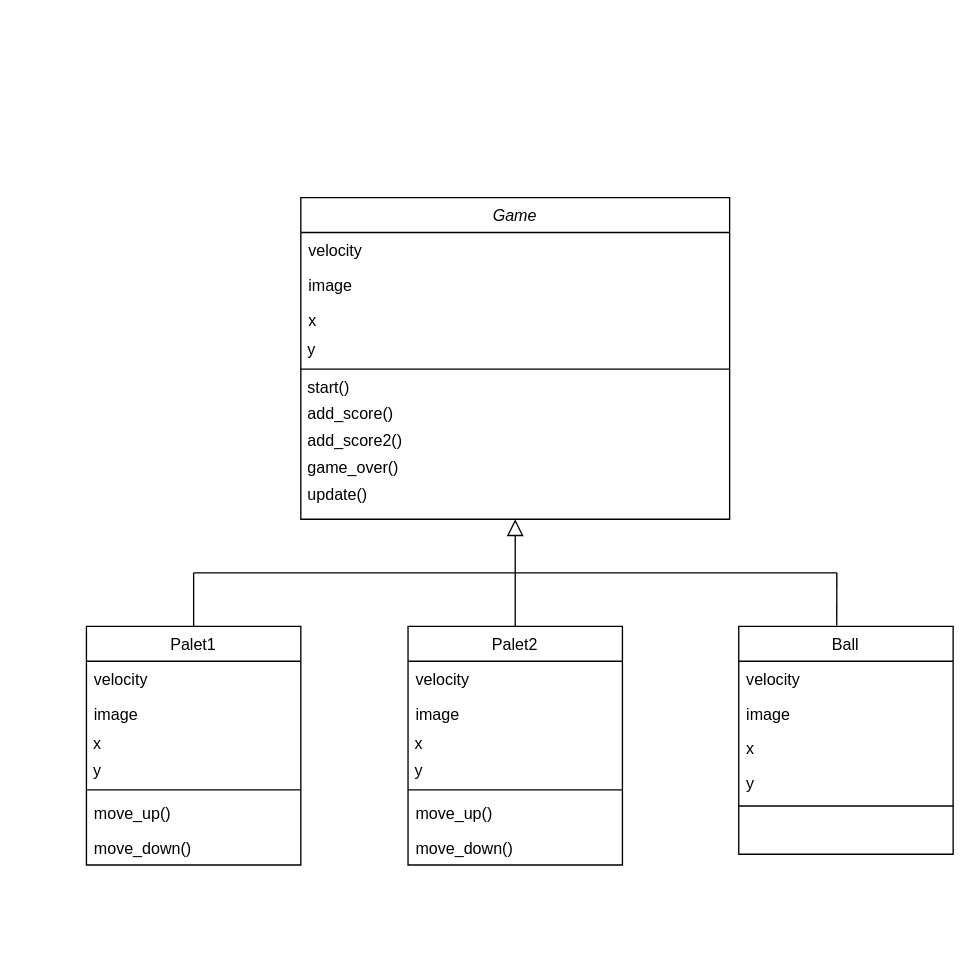
Earlier version of the draw.io diagram game /Untitled Diagram.drawio (Louna2301/oc20-). Source tidied: cells renumbered, new cells numbered last; positions are measured from the earlier drawing's top-left corner, leaving out a move shared by most shapes. Both pictures are drawn from the tidied source at 134%, with x=0, y=0 at pixel (86, 197).
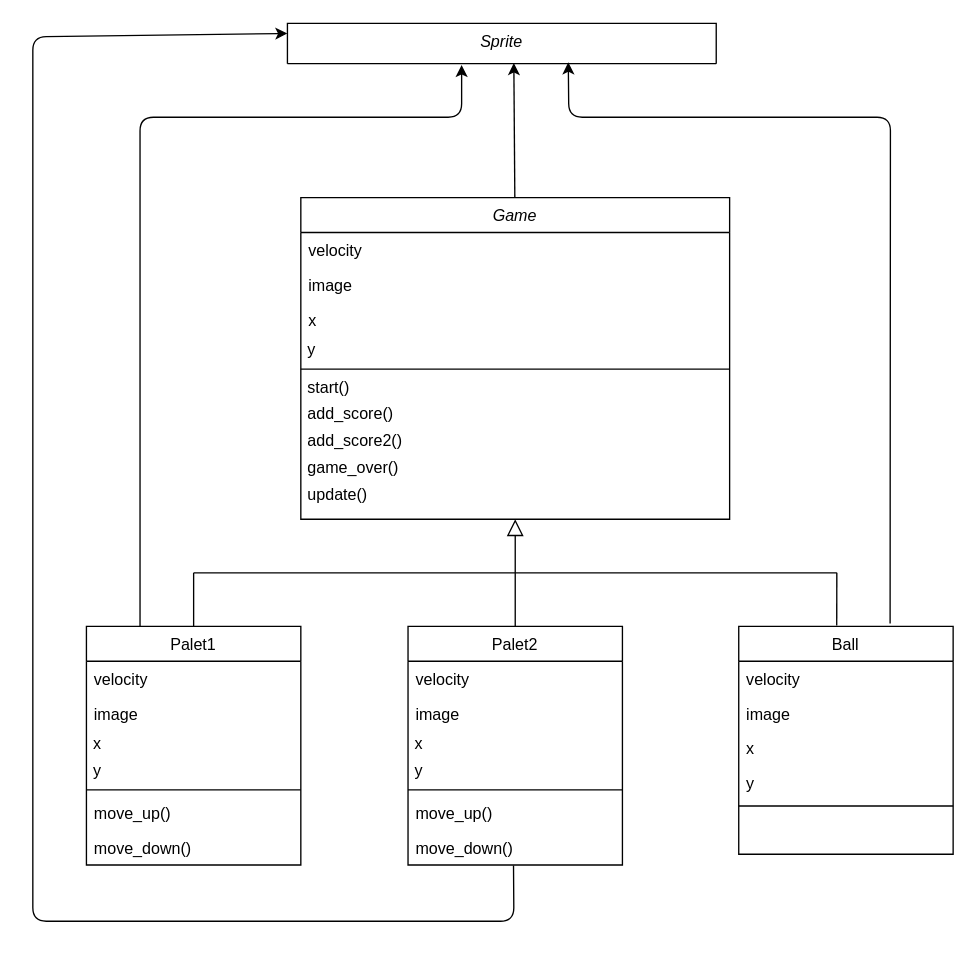
Above is the later version.

Unchanged cells that the change refers to:
```xml
<mxCell id="22" value="Ball" style="swimlane;fontStyle=0;align=center;verticalAlign=top;horizontal=1;startSize=26;rounded=0;shadow=0;strokeWidth=1;" parent="1" vertex="1">
  <mxGeometry x="486.8" y="320" width="160" height="170" as="geometry" />
</mxCell>
<mxCell id="39" value="move_down()" style="text;align=left;verticalAlign=top;spacingLeft=4;spacingRight=4;overflow=hidden;points=[[0,0.5],[1,0.5]];portConstraint=eastwest;" parent="32" vertex="1">
  <mxGeometry y="152" width="160" height="26" as="geometry" />
</mxCell>
```

Diff of the diagram source:
```diff
@@
+    <mxCell id="40" style="endArrow=classic;html=1;" parent="1" edge="1">
+      <mxGeometry relative="1" as="geometry">
+        <mxPoint x="40" y="320" as="sourcePoint" />
+        <mxPoint x="280" y="-99" as="targetPoint" />
+        <Array as="points">
+          <mxPoint x="40" y="-60" />
+          <mxPoint x="280" y="-60" />
+        </Array>
+      </mxGeometry>
+    </mxCell>
+    <mxCell id="41" style="endArrow=classic;html=1;exitX=0.492;exitY=1.016;exitDx=0;exitDy=0;exitPerimeter=0;entryX=0;entryY=0.25;entryDx=0;entryDy=0;" parent="1" edge="1" source="39" target="42">
+      <mxGeometry relative="1" as="geometry">
+        <Array as="points">
+          <mxPoint x="319" y="540" />
+          <mxPoint x="-40" y="540" />
+          <mxPoint x="-40" y="-120" />
+        </Array>
+      </mxGeometry>
+    </mxCell>
+    <mxCell id="42" value="Sprite" style="swimlane;fontStyle=2;align=center;verticalAlign=top;horizontal=1;startSize=30;rounded=0;shadow=0;strokeWidth=1;" parent="1" vertex="1">
+      <mxGeometry x="150" y="-130" width="320" height="30" as="geometry" />
+    </mxCell>
+    <mxCell id="43" style="endArrow=classic;html=1;entryX=0.528;entryY=0.986;entryDx=0;entryDy=0;entryPerimeter=0;" parent="1" edge="1" target="42">
+      <mxGeometry relative="1" as="geometry">
+        <mxPoint x="319.7" as="sourcePoint" />
+      </mxGeometry>
+    </mxCell>
+    <mxCell id="44" style="endArrow=classic;html=1;exitX=0.706;exitY=-0.013;exitDx=0;exitDy=0;exitPerimeter=0;entryX=0.655;entryY=0.967;entryDx=0;entryDy=0;entryPerimeter=0;" parent="1" edge="1" source="22" target="42">
+      <mxGeometry relative="1" as="geometry">
+        <Array as="points">
+          <mxPoint x="600" y="-60" />
+          <mxPoint x="360" y="-60" />
+        </Array>
+      </mxGeometry>
+    </mxCell>
```
